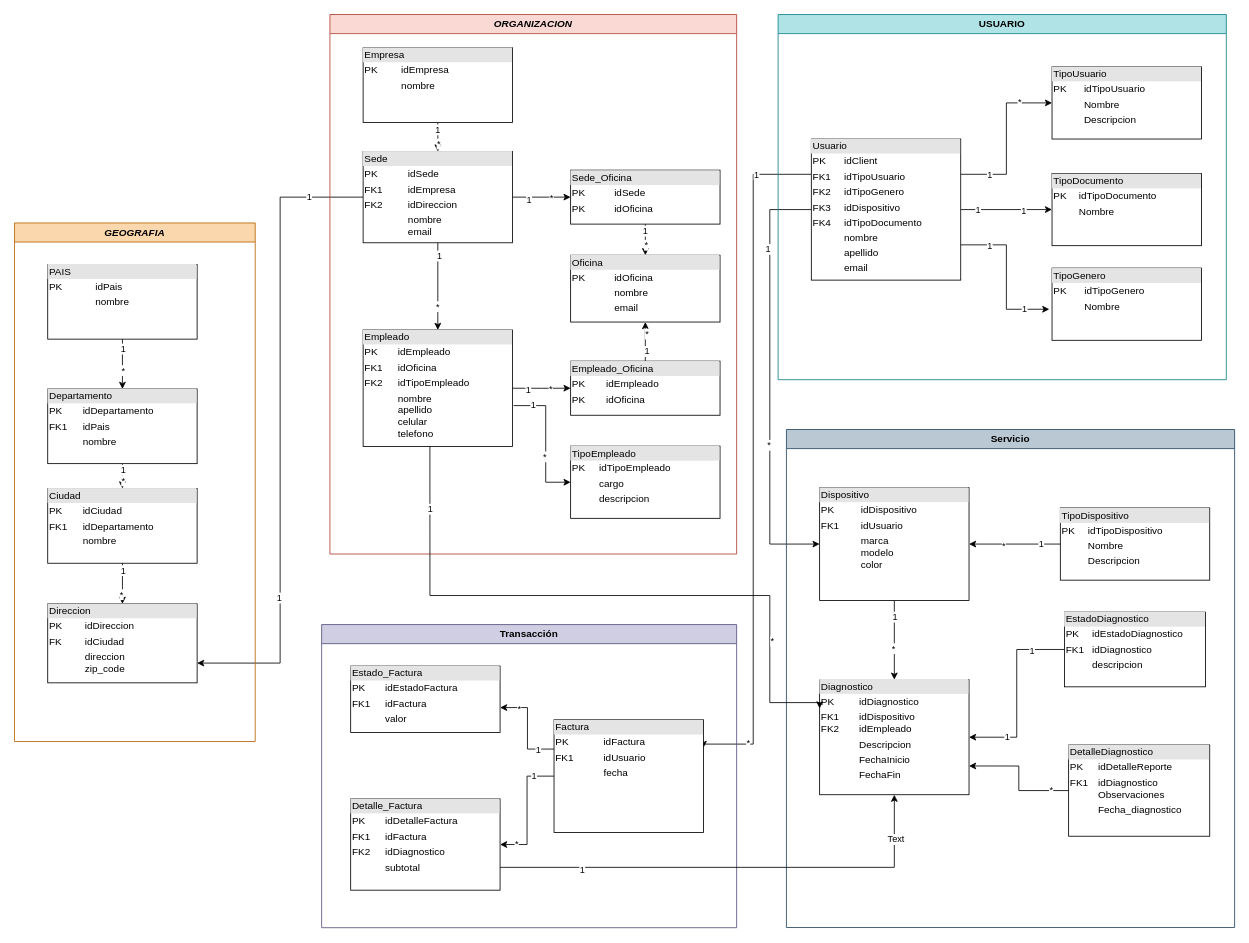
The draw.io diagram projects/tech_support/Tech_support.drawio in Alejo2304/website_projects, before the edit. Source tidied: cells renumbered, new cells numbered last; positions are measured from the earlier drawing's top-left corner, leaving out a move shared by most shapes. Both pictures are drawn from the tidied source at 83%, with x=0, y=0 at pixel (14, 14).
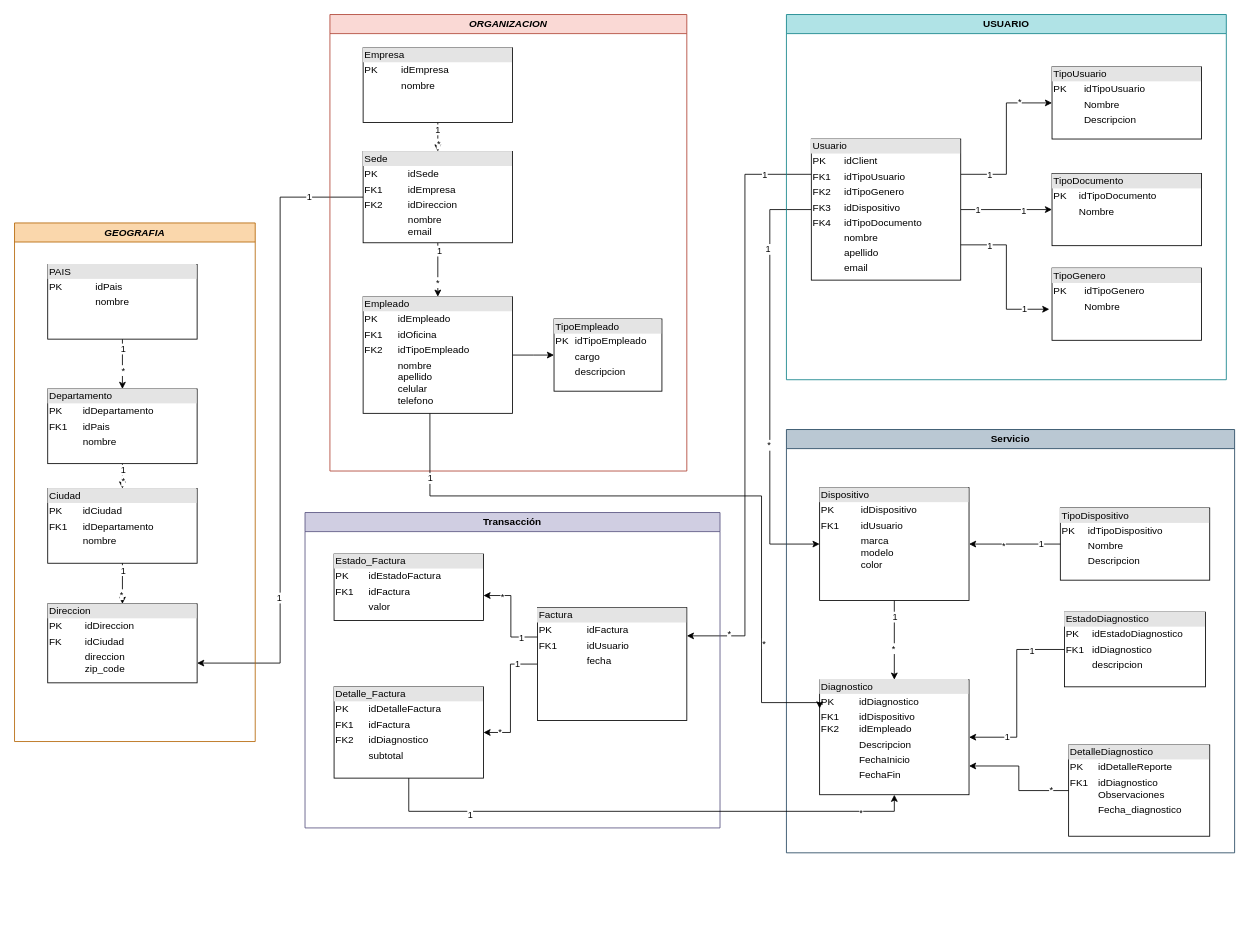
The same diagram, later.

Commit message:
Actualizando UML LAST

Unchanged cells that the change refers to:
```xml
<mxCell id="17" value="&lt;div style=&quot;box-sizing:border-box;width:100%;background:#e4e4e4;padding:2px;&quot;&gt;Usuario&lt;/div&gt;&lt;table style=&quot;width:100%;font-size:1em;&quot; cellpadding=&quot;2&quot; cellspacing=&quot;0&quot;&gt;&lt;tbody&gt;&lt;tr&gt;&lt;td&gt;PK&lt;/td&gt;&lt;td&gt;idClient&lt;/td&gt;&lt;/tr&gt;&lt;tr&gt;&lt;td&gt;FK1&lt;/td&gt;&lt;td&gt;idTipoUsuario&lt;/td&gt;&lt;/tr&gt;&lt;tr&gt;&lt;td&gt;FK2&lt;/td&gt;&lt;td&gt;idTipoGenero&lt;/td&gt;&lt;/tr&gt;&lt;tr&gt;&lt;td&gt;FK3&lt;/td&gt;&lt;td&gt;idDispositivo&lt;/td&gt;&lt;/tr&gt;&lt;tr&gt;&lt;td&gt;FK4&lt;/td&gt;&lt;td&gt;idTipoDocumento&lt;/td&gt;&lt;/tr&gt;&lt;tr&gt;&lt;td&gt;&lt;br&gt;&lt;/td&gt;&lt;td&gt;nombre&lt;/td&gt;&lt;/tr&gt;&lt;tr&gt;&lt;td&gt;&lt;br&gt;&lt;/td&gt;&lt;td&gt;apellido&lt;/td&gt;&lt;/tr&gt;&lt;tr&gt;&lt;td&gt;&lt;br&gt;&lt;/td&gt;&lt;td&gt;email&lt;/td&gt;&lt;/tr&gt;&lt;/tbody&gt;&lt;/table&gt;" style="verticalAlign=top;align=left;overflow=fill;html=1;whiteSpace=wrap;" parent="1" vertex="1">
  <mxGeometry x="960" y="150" width="180" height="170" as="geometry" />
</mxCell>
<mxCell id="27" value="&lt;div style=&quot;box-sizing:border-box;width:100%;background:#e4e4e4;padding:2px;&quot;&gt;Sede&lt;/div&gt;&lt;table style=&quot;width:100%;font-size:1em;&quot; cellpadding=&quot;2&quot; cellspacing=&quot;0&quot;&gt;&lt;tbody&gt;&lt;tr&gt;&lt;td&gt;PK&lt;/td&gt;&lt;td&gt;idSede&lt;/td&gt;&lt;/tr&gt;&lt;tr&gt;&lt;td&gt;FK1&lt;/td&gt;&lt;td&gt;idEmpresa&lt;/td&gt;&lt;/tr&gt;&lt;tr&gt;&lt;td&gt;FK2&lt;/td&gt;&lt;td&gt;idDireccion&lt;/td&gt;&lt;/tr&gt;&lt;tr&gt;&lt;td&gt;&lt;/td&gt;&lt;td&gt;nombre&lt;br&gt;email&lt;/td&gt;&lt;/tr&gt;&lt;/tbody&gt;&lt;/table&gt;" style="verticalAlign=top;align=left;overflow=fill;html=1;whiteSpace=wrap;" parent="1" vertex="1">
  <mxGeometry x="420" y="165" width="180" height="110" as="geometry" />
</mxCell>
<mxCell id="75" value="&lt;div style=&quot;box-sizing:border-box;width:100%;background:#e4e4e4;padding:2px;&quot;&gt;Factura&lt;/div&gt;&lt;table style=&quot;width:100%;font-size:1em;&quot; cellpadding=&quot;2&quot; cellspacing=&quot;0&quot;&gt;&lt;tbody&gt;&lt;tr&gt;&lt;td&gt;PK&lt;/td&gt;&lt;td&gt;idFactura&lt;/td&gt;&lt;/tr&gt;&lt;tr&gt;&lt;td&gt;FK1&lt;/td&gt;&lt;td&gt;idUsuario&lt;/td&gt;&lt;/tr&gt;&lt;tr&gt;&lt;td&gt;&lt;br&gt;&lt;/td&gt;&lt;td&gt;fecha&lt;/td&gt;&lt;/tr&gt;&lt;/tbody&gt;&lt;/table&gt;" style="verticalAlign=top;align=left;overflow=fill;html=1;whiteSpace=wrap;" parent="68" vertex="1">
  <mxGeometry x="280" y="114.6" width="180" height="136" as="geometry" />
</mxCell>
<mxCell id="77" value="&lt;div style=&quot;box-sizing:border-box;width:100%;background:#e4e4e4;padding:2px;&quot;&gt;Detalle_Factura&lt;/div&gt;&lt;table style=&quot;width:100%;font-size:1em;&quot; cellpadding=&quot;2&quot; cellspacing=&quot;0&quot;&gt;&lt;tbody&gt;&lt;tr&gt;&lt;td&gt;PK&lt;/td&gt;&lt;td&gt;idDetalleFactura&lt;/td&gt;&lt;/tr&gt;&lt;tr&gt;&lt;td&gt;FK1&lt;/td&gt;&lt;td&gt;idFactura&lt;br&gt;&lt;/td&gt;&lt;/tr&gt;&lt;tr&gt;&lt;td&gt;FK2&lt;/td&gt;&lt;td&gt;idDiagnostico&lt;/td&gt;&lt;/tr&gt;&lt;tr&gt;&lt;td&gt;&lt;/td&gt;&lt;td&gt;subtotal&lt;br&gt;&lt;br&gt;&lt;/td&gt;&lt;/tr&gt;&lt;/tbody&gt;&lt;/table&gt;" style="verticalAlign=top;align=left;overflow=fill;html=1;whiteSpace=wrap;" parent="68" vertex="1">
  <mxGeometry x="35" y="210" width="180" height="110" as="geometry" />
</mxCell>
<mxCell id="79" value="&lt;div style=&quot;box-sizing:border-box;width:100%;background:#e4e4e4;padding:2px;&quot;&gt;Diagnostico&lt;/div&gt;&lt;table style=&quot;width:100%;font-size:1em;&quot; cellpadding=&quot;2&quot; cellspacing=&quot;0&quot;&gt;&lt;tbody&gt;&lt;tr&gt;&lt;td&gt;PK&lt;/td&gt;&lt;td&gt;idDiagnostico&lt;/td&gt;&lt;/tr&gt;&lt;tr&gt;&lt;td&gt;FK1&lt;br&gt;FK2&lt;/td&gt;&lt;td&gt;idDispositivo&lt;br&gt;idEmpleado&lt;/td&gt;&lt;/tr&gt;&lt;tr&gt;&lt;td&gt;&lt;br&gt;&lt;/td&gt;&lt;td&gt;Descripcion&lt;/td&gt;&lt;/tr&gt;&lt;tr&gt;&lt;td&gt;&lt;/td&gt;&lt;td&gt;FechaInicio&lt;/td&gt;&lt;/tr&gt;&lt;tr&gt;&lt;td&gt;&lt;br&gt;&lt;/td&gt;&lt;td&gt;FechaFin&lt;/td&gt;&lt;/tr&gt;&lt;tr&gt;&lt;td&gt;&lt;br&gt;&lt;/td&gt;&lt;td&gt;&lt;br&gt;&lt;/td&gt;&lt;/tr&gt;&lt;/tbody&gt;&lt;/table&gt;" style="verticalAlign=top;align=left;overflow=fill;html=1;whiteSpace=wrap;" parent="78" vertex="1">
  <mxGeometry x="40" y="301.4" width="180" height="138.6" as="geometry" />
</mxCell>
```

Diff of the diagram source:
```diff
@@
     <mxCell id="14" style="edgeStyle=orthogonalEdgeStyle;rounded=0;jettySize=auto;html=1;entryX=1;entryY=0.25;entryDx=0;entryDy=0;exitX=0;exitY=0.25;exitDx=0;exitDy=0;" parent="1" edge="1" source="17" target="75">
       <mxGeometry relative="1" as="geometry">
         <Array as="points">
-          <mxPoint x="890" y="193" />
-          <mxPoint x="890" y="879" />
+          <mxPoint x="880" y="192" />
+          <mxPoint x="880" y="749" />
         </Array>
       </mxGeometry>
     </mxCell>
@@
-    <mxCell id="21" style="edgeStyle=orthogonalEdgeStyle;rounded=0;jettySize=auto;html=1;" parent="1" edge="1" source="27" target="53">
-      <mxGeometry relative="1" as="geometry" />
-    </mxCell>
-    <mxCell id="22" value="1" style="edgeLabel;html=1;align=center;verticalAlign=middle;" parent="21" vertex="1">
-      <mxGeometry x="-0.45" y="-2" relative="1" as="geometry" />
-    </mxCell>
-    <mxCell id="23" value="*" style="edgeLabel;html=1;align=center;verticalAlign=middle;" parent="21" vertex="1">
-      <mxGeometry x="0.32" relative="1" as="geometry" />
-    </mxCell>
@@
+    <mxCell id="57" value="&lt;i&gt;ORGANIZACION&lt;/i&gt;" style="swimlane;whiteSpace=wrap;html=1;fillColor=#fad9d5;strokeColor=#ae4132;" parent="1" vertex="1">
+      <mxGeometry x="380" width="430" height="550" as="geometry" />
+    </mxCell>
+    <mxCell id="43" style="edgeStyle=orthogonalEdgeStyle;rounded=0;jettySize=auto;html=1;entryX=0;entryY=0.5;entryDx=0;entryDy=0;" parent="57" edge="1" source="58" target="42">
+      <mxGeometry relative="1" as="geometry" />
+    </mxCell>
+    <mxCell id="58" value="&lt;div style=&quot;box-sizing:border-box;width:100%;background:#e4e4e4;padding:2px;&quot;&gt;Empleado&lt;/div&gt;&lt;table style=&quot;width:100%;font-size:1em;&quot; cellpadding=&quot;2&quot; cellspacing=&quot;0&quot;&gt;&lt;tbody&gt;&lt;tr&gt;&lt;td&gt;PK&lt;/td&gt;&lt;td&gt;idEmpleado&lt;/td&gt;&lt;/tr&gt;&lt;tr&gt;&lt;td&gt;FK1&lt;/td&gt;&lt;td&gt;idOficina&lt;/td&gt;&lt;/tr&gt;&lt;tr&gt;&lt;td&gt;FK2&lt;/td&gt;&lt;td&gt;idTipoEmpleado&lt;/td&gt;&lt;/tr&gt;&lt;tr&gt;&lt;td&gt;&lt;br&gt;&lt;/td&gt;&lt;td&gt;nombre&lt;br&gt;apellido&lt;br&gt;celular&lt;br&gt;telefono&lt;br&gt;&lt;/td&gt;&lt;/tr&gt;&lt;/tbody&gt;&lt;/table&gt;" style="verticalAlign=top;align=left;overflow=fill;html=1;whiteSpace=wrap;" parent="57" vertex="1">
+      <mxGeometry x="40" y="340" width="180" height="140.5" as="geometry" />
+    </mxCell>
+    <mxCell id="60" value="&lt;div style=&quot;box-sizing:border-box;width:100%;background:#e4e4e4;padding:2px;&quot;&gt;Empresa&lt;/div&gt;&lt;table style=&quot;width:100%;font-size:1em;&quot; cellpadding=&quot;2&quot; cellspacing=&quot;0&quot;&gt;&lt;tbody&gt;&lt;tr&gt;&lt;td&gt;PK&lt;/td&gt;&lt;td&gt;idEmpresa&lt;/td&gt;&lt;/tr&gt;&lt;tr&gt;&lt;td&gt;&lt;br&gt;&lt;/td&gt;&lt;td&gt;nombre&lt;/td&gt;&lt;/tr&gt;&lt;tr&gt;&lt;td&gt;&lt;/td&gt;&lt;td&gt;&lt;br&gt;&lt;/td&gt;&lt;/tr&gt;&lt;/tbody&gt;&lt;/table&gt;" style="verticalAlign=top;align=left;overflow=fill;html=1;whiteSpace=wrap;" parent="57" vertex="1">
+      <mxGeometry x="40" y="40" width="180" height="90" as="geometry" />
+    </mxCell>
-    <mxCell id="42" value="&lt;div style=&quot;box-sizing:border-box;width:100%;background:#e4e4e4;padding:2px;&quot;&gt;TipoEmpleado&lt;/div&gt;&lt;table style=&quot;width:100%;font-size:1em;&quot; cellpadding=&quot;2&quot; cellspacing=&quot;0&quot;&gt;&lt;tbody&gt;&lt;tr&gt;&lt;td&gt;PK&lt;/td&gt;&lt;td&gt;idTipoEmpleado&lt;/td&gt;&lt;/tr&gt;&lt;tr&gt;&lt;td&gt;&lt;br&gt;&lt;/td&gt;&lt;td&gt;cargo&lt;/td&gt;&lt;/tr&gt;&lt;tr&gt;&lt;td&gt;&lt;br&gt;&lt;/td&gt;&lt;td&gt;descripcion&lt;/td&gt;&lt;/tr&gt;&lt;tr&gt;&lt;td&gt;&lt;br&gt;&lt;/td&gt;&lt;td&gt;&lt;br&gt;&lt;/td&gt;&lt;/tr&gt;&lt;tr&gt;&lt;td&gt;&lt;br&gt;&lt;/td&gt;&lt;td&gt;&lt;br&gt;&lt;br&gt;&lt;br&gt;&lt;br&gt;&lt;/td&gt;&lt;/tr&gt;&lt;/tbody&gt;&lt;/table&gt;" style="verticalAlign=top;align=left;overflow=fill;html=1;whiteSpace=wrap;" parent="1" vertex="1">
-      <mxGeometry x="670" y="520" width="180" height="87" as="geometry" />
+    <mxCell id="42" value="&lt;div style=&quot;box-sizing:border-box;width:100%;background:#e4e4e4;padding:2px;&quot;&gt;TipoEmpleado&lt;/div&gt;&lt;table style=&quot;width:100%;font-size:1em;&quot; cellpadding=&quot;2&quot; cellspacing=&quot;0&quot;&gt;&lt;tbody&gt;&lt;tr&gt;&lt;td&gt;PK&lt;/td&gt;&lt;td&gt;idTipoEmpleado&lt;/td&gt;&lt;/tr&gt;&lt;tr&gt;&lt;td&gt;&lt;br&gt;&lt;/td&gt;&lt;td&gt;cargo&lt;/td&gt;&lt;/tr&gt;&lt;tr&gt;&lt;td&gt;&lt;br&gt;&lt;/td&gt;&lt;td&gt;descripcion&lt;/td&gt;&lt;/tr&gt;&lt;tr&gt;&lt;td&gt;&lt;br&gt;&lt;/td&gt;&lt;td&gt;&lt;br&gt;&lt;/td&gt;&lt;/tr&gt;&lt;tr&gt;&lt;td&gt;&lt;br&gt;&lt;/td&gt;&lt;td&gt;&lt;br&gt;&lt;br&gt;&lt;br&gt;&lt;br&gt;&lt;/td&gt;&lt;/tr&gt;&lt;/tbody&gt;&lt;/table&gt;" style="verticalAlign=top;align=left;overflow=fill;html=1;whiteSpace=wrap;" parent="57" vertex="1">
+      <mxGeometry x="270" y="366.8" width="130" height="87" as="geometry" />
     </mxCell>
-    <mxCell id="43" style="edgeStyle=orthogonalEdgeStyle;rounded=0;jettySize=auto;html=1;entryX=0;entryY=0.5;entryDx=0;entryDy=0;exitX=1.007;exitY=0.649;exitDx=0;exitDy=0;exitPerimeter=0;" parent="1" edge="1" source="58" target="42">
-      <mxGeometry relative="1" as="geometry">
-        <Array as="points">
-          <mxPoint x="640" y="471" />
-          <mxPoint x="640" y="563" />
-        </Array>
-      </mxGeometry>
-    </mxCell>
-    <mxCell id="44" value="1" style="edgeLabel;html=1;align=center;verticalAlign=middle;" parent="43" vertex="1">
-      <mxGeometry x="-0.71" y="1" relative="1" as="geometry" />
-    </mxCell>
-    <mxCell id="45" value="*" style="edgeLabel;html=1;align=center;verticalAlign=middle;" parent="43" vertex="1">
-      <mxGeometry x="0.24" y="-2" relative="1" as="geometry" />
-    </mxCell>
-    <mxCell id="46" style="edgeStyle=orthogonalEdgeStyle;rounded=0;jettySize=auto;html=1;entryX=0.5;entryY=1;entryDx=0;entryDy=0;" parent="1" edge="1" source="49" target="59">
-      <mxGeometry relative="1" as="geometry" />
-    </mxCell>
-    <mxCell id="47" value="1" style="edgeLabel;html=1;align=center;verticalAlign=middle;" parent="46" vertex="1">
-      <mxGeometry x="-0.48" y="-1" relative="1" as="geometry" />
-    </mxCell>
-    <mxCell id="48" value="*" style="edgeLabel;html=1;align=center;verticalAlign=middle;" parent="46" vertex="1">
-      <mxGeometry x="0.42" y="-1" relative="1" as="geometry" />
-    </mxCell>
-    <mxCell id="49" value="&lt;div style=&quot;box-sizing:border-box;width:100%;background:#e4e4e4;padding:2px;&quot;&gt;Empleado_Oficina&lt;/div&gt;&lt;table style=&quot;width:100%;font-size:1em;&quot; cellpadding=&quot;2&quot; cellspacing=&quot;0&quot;&gt;&lt;tbody&gt;&lt;tr&gt;&lt;td&gt;PK&lt;/td&gt;&lt;td&gt;idEmpleado&lt;/td&gt;&lt;/tr&gt;&lt;tr&gt;&lt;td&gt;PK&lt;/td&gt;&lt;td&gt;idOficina&lt;/td&gt;&lt;/tr&gt;&lt;tr&gt;&lt;td&gt;&lt;/td&gt;&lt;td&gt;&lt;br&gt;&lt;/td&gt;&lt;/tr&gt;&lt;/tbody&gt;&lt;/table&gt;" style="verticalAlign=top;align=left;overflow=fill;html=1;whiteSpace=wrap;" parent="1" vertex="1">
-      <mxGeometry x="670" y="417.6" width="180" height="65.2" as="geometry" />
-    </mxCell>
-    <mxCell id="50" style="edgeStyle=orthogonalEdgeStyle;rounded=0;jettySize=auto;html=1;exitX=0.5;exitY=1;exitDx=0;exitDy=0;entryX=0.5;entryY=0;entryDx=0;entryDy=0;" parent="1" edge="1" source="53" target="59">
-      <mxGeometry relative="1" as="geometry" />
-    </mxCell>
-    <mxCell id="51" value="1" style="edgeLabel;html=1;align=center;verticalAlign=middle;" parent="50" vertex="1">
-      <mxGeometry x="-0.58" y="-1" relative="1" as="geometry" />
-    </mxCell>
-    <mxCell id="52" value="*" style="edgeLabel;html=1;align=center;verticalAlign=middle;" parent="50" vertex="1">
-      <mxGeometry x="0.36" relative="1" as="geometry" />
-    </mxCell>
-    <mxCell id="53" value="&lt;div style=&quot;box-sizing:border-box;width:100%;background:#e4e4e4;padding:2px;&quot;&gt;Sede_Oficina&lt;/div&gt;&lt;table style=&quot;width:100%;font-size:1em;&quot; cellpadding=&quot;2&quot; cellspacing=&quot;0&quot;&gt;&lt;tbody&gt;&lt;tr&gt;&lt;td&gt;PK&lt;/td&gt;&lt;td&gt;idSede&lt;/td&gt;&lt;/tr&gt;&lt;tr&gt;&lt;td&gt;PK&lt;/td&gt;&lt;td&gt;idOficina&lt;/td&gt;&lt;/tr&gt;&lt;tr&gt;&lt;td&gt;&lt;/td&gt;&lt;td&gt;&lt;br&gt;&lt;/td&gt;&lt;/tr&gt;&lt;/tbody&gt;&lt;/table&gt;" style="verticalAlign=top;align=left;overflow=fill;html=1;whiteSpace=wrap;" parent="1" vertex="1">
-      <mxGeometry x="670" y="187.5" width="180" height="65" as="geometry" />
-    </mxCell>
-    <mxCell id="54" style="edgeStyle=orthogonalEdgeStyle;rounded=0;jettySize=auto;html=1;exitX=1;exitY=0.5;exitDx=0;exitDy=0;entryX=0;entryY=0.5;entryDx=0;entryDy=0;" parent="1" edge="1" source="58" target="49">
-      <mxGeometry relative="1" as="geometry" />
-    </mxCell>
-    <mxCell id="55" value="1" style="edgeLabel;html=1;align=center;verticalAlign=middle;" parent="54" vertex="1">
-      <mxGeometry x="-0.45" y="-2" relative="1" as="geometry" />
-    </mxCell>
-    <mxCell id="56" value="*" style="edgeLabel;html=1;align=center;verticalAlign=middle;" parent="54" vertex="1">
-      <mxGeometry x="0.32" relative="1" as="geometry" />
-    </mxCell>
-    <mxCell id="57" value="&lt;i&gt;ORGANIZACION&lt;/i&gt;" style="swimlane;whiteSpace=wrap;html=1;fillColor=#fad9d5;strokeColor=#ae4132;" parent="1" vertex="1">
-      <mxGeometry x="380" width="490" height="650" as="geometry" />
-    </mxCell>
-    <mxCell id="58" value="&lt;div style=&quot;box-sizing:border-box;width:100%;background:#e4e4e4;padding:2px;&quot;&gt;Empleado&lt;/div&gt;&lt;table style=&quot;width:100%;font-size:1em;&quot; cellpadding=&quot;2&quot; cellspacing=&quot;0&quot;&gt;&lt;tbody&gt;&lt;tr&gt;&lt;td&gt;PK&lt;/td&gt;&lt;td&gt;idEmpleado&lt;/td&gt;&lt;/tr&gt;&lt;tr&gt;&lt;td&gt;FK1&lt;/td&gt;&lt;td&gt;idOficina&lt;/td&gt;&lt;/tr&gt;&lt;tr&gt;&lt;td&gt;FK2&lt;/td&gt;&lt;td&gt;idTipoEmpleado&lt;/td&gt;&lt;/tr&gt;&lt;tr&gt;&lt;td&gt;&lt;br&gt;&lt;/td&gt;&lt;td&gt;nombre&lt;br&gt;apellido&lt;br&gt;celular&lt;br&gt;telefono&lt;br&gt;&lt;/td&gt;&lt;/tr&gt;&lt;/tbody&gt;&lt;/table&gt;" style="verticalAlign=top;align=left;overflow=fill;html=1;whiteSpace=wrap;" parent="57" vertex="1">
-      <mxGeometry x="40" y="380" width="180" height="140.5" as="geometry" />
-    </mxCell>
-    <mxCell id="59" value="&lt;div style=&quot;box-sizing:border-box;width:100%;background:#e4e4e4;padding:2px;&quot;&gt;Oficina&lt;/div&gt;&lt;table style=&quot;width:100%;font-size:1em;&quot; cellpadding=&quot;2&quot; cellspacing=&quot;0&quot;&gt;&lt;tbody&gt;&lt;tr&gt;&lt;td&gt;PK&lt;/td&gt;&lt;td&gt;idOficina&lt;/td&gt;&lt;/tr&gt;&lt;tr&gt;&lt;td&gt;&lt;br&gt;&lt;/td&gt;&lt;td&gt;nombre&lt;/td&gt;&lt;/tr&gt;&lt;tr&gt;&lt;td&gt;&lt;/td&gt;&lt;td&gt;email&lt;/td&gt;&lt;/tr&gt;&lt;/tbody&gt;&lt;/table&gt;" style="verticalAlign=top;align=left;overflow=fill;html=1;whiteSpace=wrap;" parent="57" vertex="1">
-      <mxGeometry x="290" y="290" width="180" height="80.5" as="geometry" />
-    </mxCell>
-    <mxCell id="60" value="&lt;div style=&quot;box-sizing:border-box;width:100%;background:#e4e4e4;padding:2px;&quot;&gt;Empresa&lt;/div&gt;&lt;table style=&quot;width:100%;font-size:1em;&quot; cellpadding=&quot;2&quot; cellspacing=&quot;0&quot;&gt;&lt;tbody&gt;&lt;tr&gt;&lt;td&gt;PK&lt;/td&gt;&lt;td&gt;idEmpresa&lt;/td&gt;&lt;/tr&gt;&lt;tr&gt;&lt;td&gt;&lt;br&gt;&lt;/td&gt;&lt;td&gt;nombre&lt;/td&gt;&lt;/tr&gt;&lt;tr&gt;&lt;td&gt;&lt;/td&gt;&lt;td&gt;&lt;br&gt;&lt;/td&gt;&lt;/tr&gt;&lt;/tbody&gt;&lt;/table&gt;" style="verticalAlign=top;align=left;overflow=fill;html=1;whiteSpace=wrap;" parent="57" vertex="1">
-      <mxGeometry x="40" y="40" width="180" height="90" as="geometry" />
-    </mxCell>
@@
     <mxCell id="67" value="USUARIO" style="swimlane;whiteSpace=wrap;html=1;fillColor=#b0e3e6;strokeColor=#0e8088;" parent="1" vertex="1">
-      <mxGeometry x="920" width="540" height="440" as="geometry" />
+      <mxGeometry x="930" width="530" height="440" as="geometry" />
     </mxCell>
     <mxCell id="68" value="Transacción" style="swimlane;whiteSpace=wrap;html=1;fillColor=#d0cee2;strokeColor=#56517e;" parent="1" vertex="1">
-      <mxGeometry x="370" y="735" width="500" height="365.2" as="geometry" />
+      <mxGeometry x="350" y="600" width="500" height="380" as="geometry" />
     </mxCell>
@@
     <mxCell id="78" value="Servicio" style="swimlane;whiteSpace=wrap;html=1;fillColor=#bac8d3;strokeColor=#23445d;" parent="1" vertex="1">
-      <mxGeometry x="930" y="500" width="540" height="600" as="geometry" />
+      <mxGeometry x="930" y="500" width="540" height="510" as="geometry" />
     </mxCell>
@@
     <mxCell id="95" style="edgeStyle=orthogonalEdgeStyle;rounded=0;jettySize=auto;html=1;entryX=0;entryY=0.25;entryDx=0;entryDy=0;exitX=0.447;exitY=1.001;exitDx=0;exitDy=0;exitPerimeter=0;" parent="1" edge="1" source="58" target="79">
       <mxGeometry relative="1" as="geometry">
         <Array as="points">
-          <mxPoint x="500" y="700" />
-          <mxPoint x="910" y="700" />
-          <mxPoint x="910" y="829" />
+          <mxPoint x="501" y="580" />
+          <mxPoint x="900" y="580" />
+          <mxPoint x="900" y="829" />
+          <mxPoint x="970" y="829" />
         </Array>
       </mxGeometry>
     </mxCell>
@@
-    <mxCell id="98" style="edgeStyle=orthogonalEdgeStyle;rounded=0;jettySize=auto;html=1;exitX=1;exitY=0.75;exitDx=0;exitDy=0;entryX=0.5;entryY=1;entryDx=0;entryDy=0;" parent="1" edge="1" source="77" target="79">
+    <mxCell id="98" style="edgeStyle=orthogonalEdgeStyle;rounded=0;jettySize=auto;html=1;exitX=0.5;exitY=1;exitDx=0;exitDy=0;entryX=0.5;entryY=1;entryDx=0;entryDy=0;" parent="1" edge="1" source="77" target="79">
       <mxGeometry relative="1" as="geometry" />
     </mxCell>
@@
-    <mxCell id="100" value="Text" style="edgeLabel;html=1;align=center;verticalAlign=middle;" parent="98" vertex="1">
+    <mxCell id="100" value="*" style="edgeLabel;html=1;align=center;verticalAlign=middle;" parent="98" vertex="1">
       <mxGeometry x="0.81" y="-1" relative="1" as="geometry" />
     </mxCell>
```
